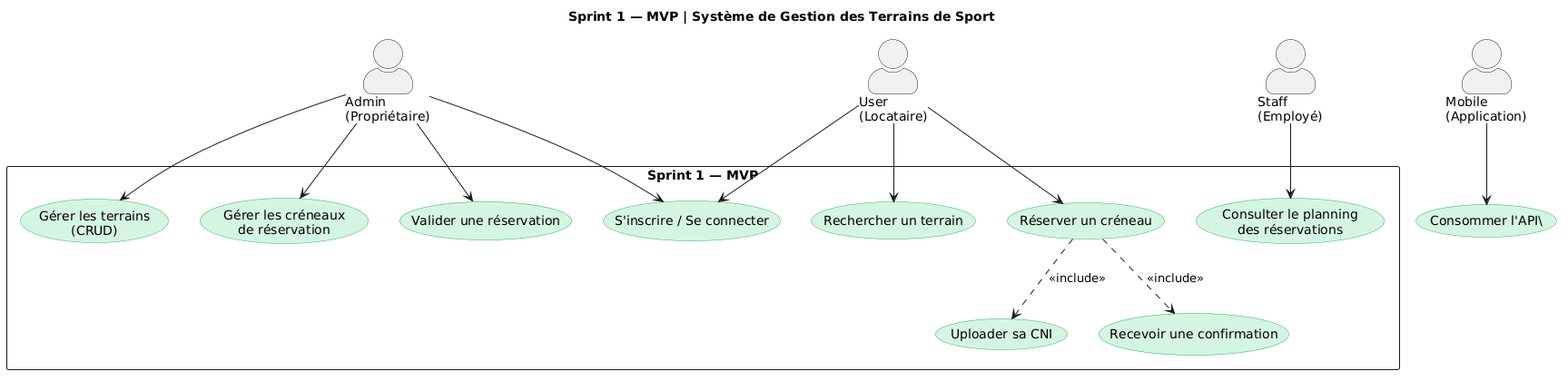
Above: Presentation/images/sprint1.png in Adnane-x87/ProMatch (PlantUML), before the change. Source of this version:
```plantuml
@startuml
title Sprint 1 — MVP | Système de Gestion des Terrains de Sport

skinparam packageStyle rectangle
skinparam actorStyle awesome
skinparam usecase {
    BackgroundColor #D5F5E3
    BorderColor #27AE60
}

actor "Admin\n(Propriétaire)" as Admin
actor "User\n(Locataire)" as User
actor "Staff\n(Employé)" as Staff

rectangle "Sprint 1 — MVP" {
    usecase "S'inscrire / Se connecter" as UC1
    usecase "Gérer les terrains\n(CRUD)" as UC2
    usecase "Gérer les créneaux\nde réservation" as UC3
    usecase "Valider une réservation" as UC4
    usecase "Rechercher un terrain" as UC5
    usecase "Réserver un créneau" as UC6
    usecase "Uploader sa CNI" as UC7
    usecase "Recevoir une confirmation" as UC8
    usecase "Consulter le planning\ndes réservations" as UC9
}

Admin --> UC1
Admin --> UC2
Admin --> UC3
Admin --> UC4

User --> UC1
User --> UC5
User --> UC6
UC6 ..> UC7 : <<include>>
UC6 ..> UC8 : <<include>>

Staff --> UC9

actor "Mobile\n(Application)" as Mobile
usecase "Consommer l'API\" as UC10
Mobile --> UC10
@enduml
```
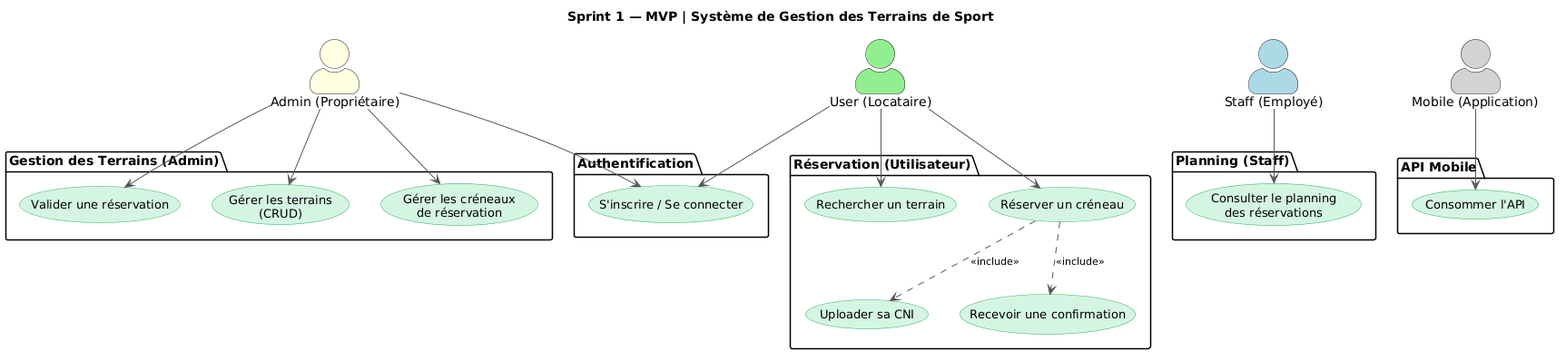
The same file after the commit.

Commit message:
docs(use-case): update sprint use case diagrams structure and layout

Change to the diagram source:
```diff
@@ -1,27 +1,44 @@
 @startuml
+top to bottom direction
+skinparam actorStyle awesome
+skinparam usecase {
+  BackgroundColor #D5F5E3
+  BorderColor #27AE60
+  FontSize 13
+}
+skinparam ArrowColor #555555
+skinparam ArrowFontSize 11
+
 title Sprint 1 — MVP | Système de Gestion des Terrains de Sport
 
-skinparam packageStyle rectangle
-skinparam actorStyle awesome
-skinparam usecase {
-    BackgroundColor #D5F5E3
-    BorderColor #27AE60
+actor "Admin (Propriétaire)" as Admin #lightyellow
+actor "User (Locataire)"     as User  #lightgreen
+actor "Staff (Employé)"      as Staff #lightblue
+actor "Mobile (Application)" as Mobile #lightgray
+
+package "Authentification" {
+  usecase "S'inscrire / Se connecter" as UC1
 }
 
-actor "Admin\n(Propriétaire)" as Admin
-actor "User\n(Locataire)" as User
-actor "Staff\n(Employé)" as Staff
+package "Gestion des Terrains (Admin)" {
+  usecase "Gérer les terrains\n(CRUD)" as UC2
+  usecase "Gérer les créneaux\nde réservation" as UC3
+  usecase "Valider une réservation" as UC4
+}
 
-rectangle "Sprint 1 — MVP" {
-    usecase "S'inscrire / Se connecter" as UC1
-    usecase "Gérer les terrains\n(CRUD)" as UC2
-    usecase "Gérer les créneaux\nde réservation" as UC3
-    usecase "Valider une réservation" as UC4
-    usecase "Rechercher un terrain" as UC5
-    usecase "Réserver un créneau" as UC6
-    usecase "Uploader sa CNI" as UC7
-    usecase "Recevoir une confirmation" as UC8
-    usecase "Consulter le planning\ndes réservations" as UC9
+package "Réservation (Utilisateur)" {
+  usecase "Rechercher un terrain" as UC5
+  usecase "Réserver un créneau" as UC6
+  usecase "Uploader sa CNI" as UC7
+  usecase "Recevoir une confirmation" as UC8
+}
+
+package "Planning (Staff)" {
+  usecase "Consulter le planning\ndes réservations" as UC9
+}
+
+package "API Mobile" {
+  usecase "Consommer l'API" as UC10
 }
 
 Admin --> UC1
@@ -32,12 +49,12 @@
 User --> UC1
 User --> UC5
 User --> UC6
-UC6 ..> UC7 : <<include>>
-UC6 ..> UC8 : <<include>>
+
 
 Staff --> UC9
 
-actor "Mobile\n(Application)" as Mobile
-usecase "Consommer l'API\" as UC10
 Mobile --> UC10
+
+UC6 ..> UC7 : <<include>>
+UC6 ..> UC8 : <<include>>
 @enduml
```
